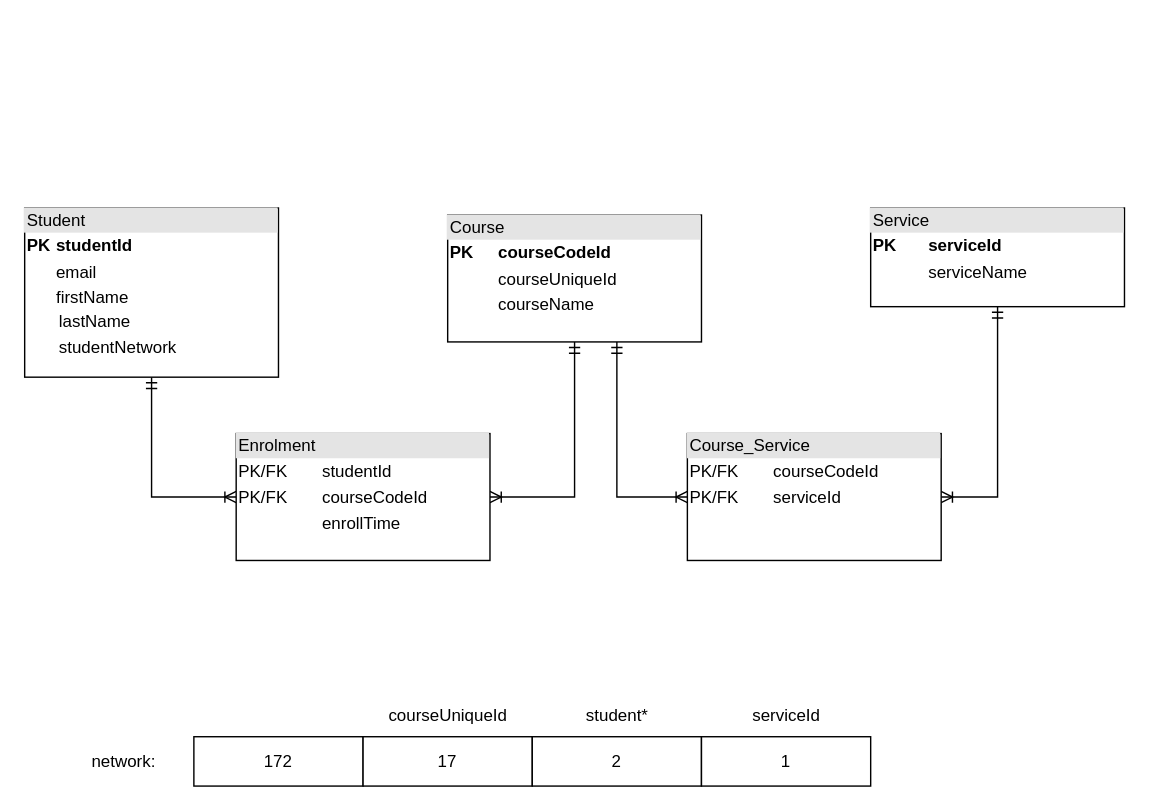
The draw.io diagram page "Sqlite-Schema" (6 of 6) of Project_Plan.drawio in pleycothh/Csharp_Learning_Note, before the edit. Source tidied: cells renumbered, new cells numbered last; positions are measured from the earlier drawing's top-left corner, leaving out a move shared by most shapes. Both pictures are drawn from the tidied source at 141%, with x=0, y=0 at pixel (24, 207).
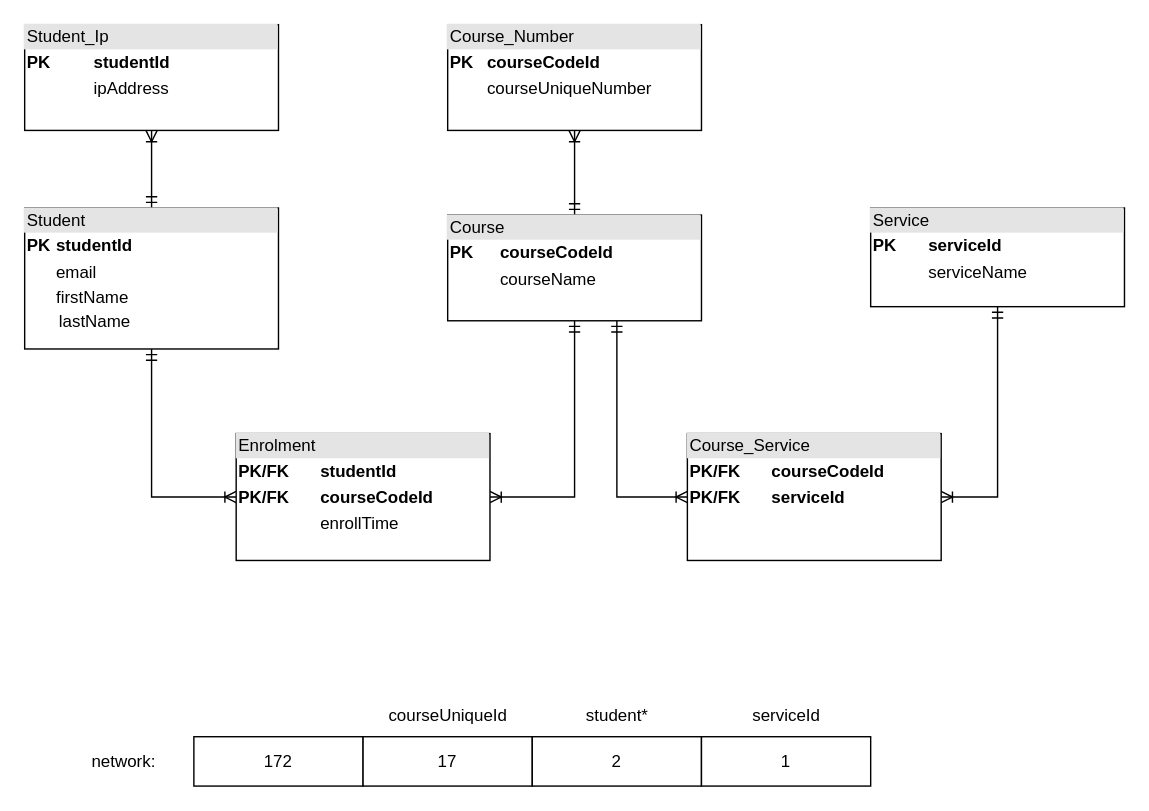
The same diagram, later.

Commit message:
add two tabel

What changed in the source:
```diff
@@
+    <mxCell id="19" style="edgeStyle=orthogonalEdgeStyle;rounded=0;jettySize=auto;html=1;entryX=0.5;entryY=1;entryDx=0;entryDy=0;endArrow=ERoneToMany;endFill=0;startArrow=ERmandOne;startFill=0;" parent="1" edge="1" source="3" target="22">
+      <mxGeometry relative="1" as="geometry" />
+    </mxCell>
-    <mxCell id="3" value="&lt;div style=&quot;box-sizing: border-box ; width: 100% ; background: rgb(228 , 228 , 228) ; padding: 2px&quot;&gt;Student&lt;/div&gt;&lt;table style=&quot;width: 100% ; font-size: 1em&quot; cellpadding=&quot;2&quot; cellspacing=&quot;0&quot;&gt;&lt;tbody&gt;&lt;tr&gt;&lt;td&gt;&lt;b&gt;PK&lt;/b&gt;&lt;/td&gt;&lt;td&gt;&lt;b&gt;studentId&lt;/b&gt;&lt;b&gt;&lt;br&gt;&lt;/b&gt;&lt;/td&gt;&lt;/tr&gt;&lt;tr&gt;&lt;td&gt;&lt;br&gt;&lt;/td&gt;&lt;td&gt;email&lt;/td&gt;&lt;/tr&gt;&lt;tr&gt;&lt;td&gt;&lt;/td&gt;&lt;td&gt;firstName&lt;br&gt;&lt;table cellpadding=&quot;2&quot; cellspacing=&quot;0&quot; style=&quot;font-size: 1em ; width: 180px&quot;&gt;&lt;tbody&gt;&lt;tr&gt;&lt;td&gt;lastName&lt;/td&gt;&lt;/tr&gt;&lt;tr&gt;&lt;td&gt;studentNetwork&lt;/td&gt;&lt;td&gt;&lt;br&gt;&lt;/td&gt;&lt;/tr&gt;&lt;/tbody&gt;&lt;/table&gt;&lt;br&gt;&lt;/td&gt;&lt;/tr&gt;&lt;/tbody&gt;&lt;/table&gt;" style="verticalAlign=top;align=left;overflow=fill;html=1;" parent="1" vertex="1">
-      <mxGeometry width="180" height="120" as="geometry" />
+    <mxCell id="3" value="&lt;div style=&quot;box-sizing: border-box ; width: 100% ; background: rgb(228 , 228 , 228) ; padding: 2px&quot;&gt;Student&lt;/div&gt;&lt;table style=&quot;width: 100% ; font-size: 1em&quot; cellpadding=&quot;2&quot; cellspacing=&quot;0&quot;&gt;&lt;tbody&gt;&lt;tr&gt;&lt;td&gt;&lt;b&gt;PK&lt;/b&gt;&lt;/td&gt;&lt;td&gt;&lt;b&gt;studentId&lt;/b&gt;&lt;b&gt;&lt;br&gt;&lt;/b&gt;&lt;/td&gt;&lt;/tr&gt;&lt;tr&gt;&lt;td&gt;&lt;br&gt;&lt;/td&gt;&lt;td&gt;email&lt;/td&gt;&lt;/tr&gt;&lt;tr&gt;&lt;td&gt;&lt;/td&gt;&lt;td&gt;firstName&lt;br&gt;&lt;table cellpadding=&quot;2&quot; cellspacing=&quot;0&quot; style=&quot;font-size: 1em ; width: 180px&quot;&gt;&lt;tbody&gt;&lt;tr&gt;&lt;td&gt;lastName&lt;/td&gt;&lt;/tr&gt;&lt;tr&gt;&lt;td&gt;&lt;/td&gt;&lt;td&gt;&lt;br&gt;&lt;/td&gt;&lt;/tr&gt;&lt;/tbody&gt;&lt;/table&gt;&lt;br&gt;&lt;/td&gt;&lt;/tr&gt;&lt;/tbody&gt;&lt;/table&gt;" style="verticalAlign=top;align=left;overflow=fill;html=1;" parent="1" vertex="1">
+      <mxGeometry width="180" height="100" as="geometry" />
     </mxCell>
@@
+    <mxCell id="20" style="edgeStyle=orthogonalEdgeStyle;rounded=0;jettySize=auto;html=1;entryX=0.5;entryY=1;entryDx=0;entryDy=0;startArrow=ERmandOne;startFill=0;endArrow=ERoneToMany;endFill=0;" parent="1" edge="1" source="6" target="21">
+      <mxGeometry relative="1" as="geometry" />
+    </mxCell>
-    <mxCell id="6" value="&lt;div style=&quot;box-sizing: border-box ; width: 100% ; background: #e4e4e4 ; padding: 2px&quot;&gt;Course&lt;/div&gt;&lt;table style=&quot;width: 100% ; font-size: 1em&quot; cellpadding=&quot;2&quot; cellspacing=&quot;0&quot;&gt;&lt;tbody&gt;&lt;tr&gt;&lt;td&gt;&lt;b&gt;PK&lt;/b&gt;&lt;/td&gt;&lt;td&gt;&lt;b&gt;courseCodeId&lt;/b&gt;&lt;/td&gt;&lt;/tr&gt;&lt;tr&gt;&lt;td&gt;&lt;br&gt;&lt;/td&gt;&lt;td&gt;courseUniqueId&lt;/td&gt;&lt;/tr&gt;&lt;tr&gt;&lt;td&gt;&lt;/td&gt;&lt;td&gt;courseName&lt;/td&gt;&lt;/tr&gt;&lt;/tbody&gt;&lt;/table&gt;" style="verticalAlign=top;align=left;overflow=fill;html=1;" parent="1" vertex="1">
-      <mxGeometry x="300" y="5" width="180" height="90" as="geometry" />
+    <mxCell id="6" value="&lt;div style=&quot;box-sizing: border-box ; width: 100% ; background: #e4e4e4 ; padding: 2px&quot;&gt;Course&lt;/div&gt;&lt;table style=&quot;width: 100% ; font-size: 1em&quot; cellpadding=&quot;2&quot; cellspacing=&quot;0&quot;&gt;&lt;tbody&gt;&lt;tr&gt;&lt;td&gt;&lt;b&gt;PK&lt;/b&gt;&lt;/td&gt;&lt;td&gt;&lt;b&gt;courseCodeId&lt;/b&gt;&lt;/td&gt;&lt;/tr&gt;&lt;tr&gt;&lt;td&gt;&lt;br&gt;&lt;/td&gt;&lt;td&gt;courseName&lt;br&gt;&lt;/td&gt;&lt;/tr&gt;&lt;tr&gt;&lt;td&gt;&lt;/td&gt;&lt;td&gt;&lt;br&gt;&lt;/td&gt;&lt;/tr&gt;&lt;/tbody&gt;&lt;/table&gt;" style="verticalAlign=top;align=left;overflow=fill;html=1;" parent="1" vertex="1">
+      <mxGeometry x="300" y="5" width="180" height="75" as="geometry" />
     </mxCell>
@@
-    <mxCell id="9" value="&lt;div style=&quot;box-sizing: border-box ; width: 100% ; background: #e4e4e4 ; padding: 2px&quot;&gt;Enrolment&lt;/div&gt;&lt;table style=&quot;width: 100% ; font-size: 1em&quot; cellpadding=&quot;2&quot; cellspacing=&quot;0&quot;&gt;&lt;tbody&gt;&lt;tr&gt;&lt;td&gt;PK/FK&lt;/td&gt;&lt;td&gt;studentId&lt;/td&gt;&lt;/tr&gt;&lt;tr&gt;&lt;td&gt;PK/FK&lt;/td&gt;&lt;td&gt;courseCodeId&lt;/td&gt;&lt;/tr&gt;&lt;tr&gt;&lt;td&gt;&lt;/td&gt;&lt;td&gt;enrollTime&lt;/td&gt;&lt;/tr&gt;&lt;/tbody&gt;&lt;/table&gt;" style="verticalAlign=top;align=left;overflow=fill;html=1;" parent="1" vertex="1">
+    <mxCell id="9" value="&lt;div style=&quot;box-sizing: border-box ; width: 100% ; background: #e4e4e4 ; padding: 2px&quot;&gt;Enrolment&lt;/div&gt;&lt;table style=&quot;width: 100% ; font-size: 1em&quot; cellpadding=&quot;2&quot; cellspacing=&quot;0&quot;&gt;&lt;tbody&gt;&lt;tr&gt;&lt;td&gt;&lt;b&gt;PK/FK&lt;/b&gt;&lt;/td&gt;&lt;td&gt;&lt;b&gt;studentId&lt;/b&gt;&lt;/td&gt;&lt;/tr&gt;&lt;tr&gt;&lt;td&gt;&lt;b&gt;PK/FK&lt;/b&gt;&lt;/td&gt;&lt;td&gt;&lt;b&gt;courseCodeId&lt;/b&gt;&lt;/td&gt;&lt;/tr&gt;&lt;tr&gt;&lt;td&gt;&lt;/td&gt;&lt;td&gt;enrollTime&lt;/td&gt;&lt;/tr&gt;&lt;/tbody&gt;&lt;/table&gt;" style="verticalAlign=top;align=left;overflow=fill;html=1;" parent="1" vertex="1">
       <mxGeometry x="150" y="160" width="180" height="90" as="geometry" />
     </mxCell>
-    <mxCell id="10" value="&lt;div style=&quot;box-sizing: border-box ; width: 100% ; background: #e4e4e4 ; padding: 2px&quot;&gt;Course_Service&lt;/div&gt;&lt;table style=&quot;width: 100% ; font-size: 1em&quot; cellpadding=&quot;2&quot; cellspacing=&quot;0&quot;&gt;&lt;tbody&gt;&lt;tr&gt;&lt;td&gt;PK/FK&lt;/td&gt;&lt;td&gt;courseCodeId&lt;/td&gt;&lt;/tr&gt;&lt;tr&gt;&lt;td&gt;PK/FK&lt;/td&gt;&lt;td&gt;serviceId&lt;/td&gt;&lt;/tr&gt;&lt;tr&gt;&lt;td&gt;&lt;/td&gt;&lt;td&gt;&lt;br&gt;&lt;/td&gt;&lt;/tr&gt;&lt;/tbody&gt;&lt;/table&gt;" style="verticalAlign=top;align=left;overflow=fill;html=1;" parent="1" vertex="1">
+    <mxCell id="10" value="&lt;div style=&quot;box-sizing: border-box ; width: 100% ; background: #e4e4e4 ; padding: 2px&quot;&gt;Course_Service&lt;/div&gt;&lt;table style=&quot;width: 100% ; font-size: 1em&quot; cellpadding=&quot;2&quot; cellspacing=&quot;0&quot;&gt;&lt;tbody&gt;&lt;tr&gt;&lt;td&gt;&lt;b&gt;PK/FK&lt;/b&gt;&lt;/td&gt;&lt;td&gt;&lt;b&gt;courseCodeId&lt;/b&gt;&lt;/td&gt;&lt;/tr&gt;&lt;tr&gt;&lt;td&gt;&lt;b&gt;PK/FK&lt;/b&gt;&lt;/td&gt;&lt;td&gt;&lt;b&gt;serviceId&lt;/b&gt;&lt;/td&gt;&lt;/tr&gt;&lt;tr&gt;&lt;td&gt;&lt;/td&gt;&lt;td&gt;&lt;br&gt;&lt;/td&gt;&lt;/tr&gt;&lt;/tbody&gt;&lt;/table&gt;" style="verticalAlign=top;align=left;overflow=fill;html=1;" parent="1" vertex="1">
       <mxGeometry x="470" y="160" width="180" height="90" as="geometry" />
     </mxCell>
@@
+    <mxCell id="21" value="&lt;div style=&quot;box-sizing: border-box ; width: 100% ; background: #e4e4e4 ; padding: 2px&quot;&gt;Course_Number&lt;/div&gt;&lt;table style=&quot;width: 100% ; font-size: 1em&quot; cellpadding=&quot;2&quot; cellspacing=&quot;0&quot;&gt;&lt;tbody&gt;&lt;tr&gt;&lt;td&gt;&lt;b&gt;PK&lt;/b&gt;&lt;/td&gt;&lt;td&gt;&lt;b&gt;courseCodeId&lt;/b&gt;&lt;/td&gt;&lt;/tr&gt;&lt;tr&gt;&lt;td&gt;&lt;br&gt;&lt;/td&gt;&lt;td&gt;courseUniqueNumber&lt;br&gt;&lt;/td&gt;&lt;/tr&gt;&lt;tr&gt;&lt;td&gt;&lt;/td&gt;&lt;td&gt;&lt;br&gt;&lt;/td&gt;&lt;/tr&gt;&lt;/tbody&gt;&lt;/table&gt;" style="verticalAlign=top;align=left;overflow=fill;html=1;" parent="1" vertex="1">
+      <mxGeometry x="300" y="-130" width="180" height="75" as="geometry" />
+    </mxCell>
+    <mxCell id="22" value="&lt;div style=&quot;box-sizing: border-box ; width: 100% ; background: #e4e4e4 ; padding: 2px&quot;&gt;Student_Ip&lt;/div&gt;&lt;table style=&quot;width: 100% ; font-size: 1em&quot; cellpadding=&quot;2&quot; cellspacing=&quot;0&quot;&gt;&lt;tbody&gt;&lt;tr&gt;&lt;td&gt;&lt;b&gt;PK&lt;/b&gt;&lt;/td&gt;&lt;td&gt;&lt;b&gt;studentId&lt;/b&gt;&lt;/td&gt;&lt;/tr&gt;&lt;tr&gt;&lt;td&gt;&lt;br&gt;&lt;/td&gt;&lt;td&gt;ipAddress&lt;/td&gt;&lt;/tr&gt;&lt;tr&gt;&lt;td&gt;&lt;/td&gt;&lt;td&gt;&lt;br&gt;&lt;/td&gt;&lt;/tr&gt;&lt;/tbody&gt;&lt;/table&gt;" style="verticalAlign=top;align=left;overflow=fill;html=1;" parent="1" vertex="1">
+      <mxGeometry y="-130" width="180" height="75" as="geometry" />
+    </mxCell>
```
